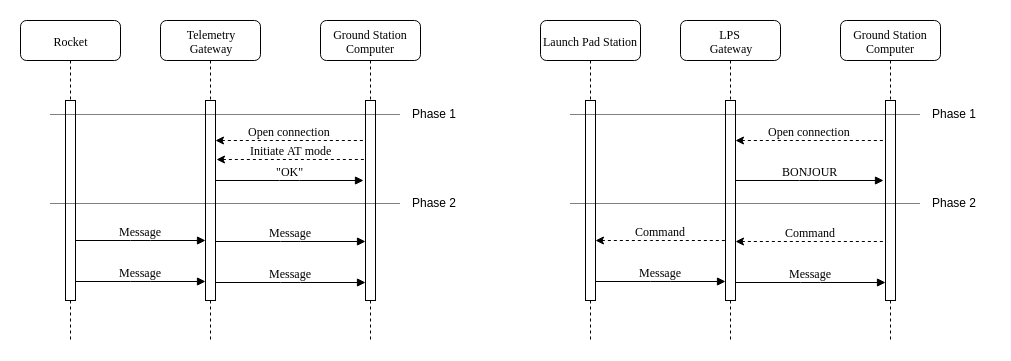
This is doc/diagrams/gateway.png from aesirkth/ground-control, a draw.io export, as it was before one commit. Source tidied: cells renumbered, new cells last; positions are measured from the earlier drawing's top-left corner, leaving out a move shared by most shapes. Its diagram source:
```xml
<mxGraphModel background="#ffffff">
  <root>
    <mxCell id="0" />
    <mxCell id="1" parent="0" />
    <mxCell id="2" value="Telemetry&lt;br&gt;Gateway" style="shape=umlLifeline;perimeter=lifelinePerimeter;whiteSpace=wrap;html=1;rounded=1;shadow=0;comic=0;labelBackgroundColor=none;strokeColor=#000000;strokeWidth=1;fillColor=#FFFFFF;fontFamily=Verdana;fontSize=12;fontColor=#000000;align=center;" parent="1" vertex="1">
      <mxGeometry x="140" width="100" height="320" as="geometry" />
    </mxCell>
    <mxCell id="3" style="html=1;perimeter=orthogonalPerimeter;rounded=0;shadow=0;comic=0;labelBackgroundColor=none;strokeColor=#000000;strokeWidth=1;fillColor=#FFFFFF;fontFamily=Verdana;fontSize=12;fontColor=#000000;align=center;" parent="2" vertex="1">
      <mxGeometry x="45" y="80" width="10" height="200" as="geometry" />
    </mxCell>
    <mxCell id="4" value="Ground Station&lt;br&gt;Computer" style="shape=umlLifeline;perimeter=lifelinePerimeter;whiteSpace=wrap;html=1;rounded=1;shadow=0;comic=0;labelBackgroundColor=none;strokeColor=#000000;strokeWidth=1;fillColor=#FFFFFF;fontFamily=Verdana;fontSize=12;fontColor=#000000;align=center;" parent="1" vertex="1">
      <mxGeometry x="300" width="100" height="320" as="geometry" />
    </mxCell>
    <mxCell id="5" style="html=1;perimeter=orthogonalPerimeter;rounded=0;shadow=0;comic=0;labelBackgroundColor=none;strokeColor=#000000;strokeWidth=1;fillColor=#FFFFFF;fontFamily=Verdana;fontSize=12;fontColor=#000000;align=center;" parent="4" vertex="1">
      <mxGeometry x="45" y="80" width="10" height="200" as="geometry" />
    </mxCell>
    <mxCell id="6" value="Rocket" style="shape=umlLifeline;perimeter=lifelinePerimeter;whiteSpace=wrap;html=1;rounded=1;shadow=0;comic=0;labelBackgroundColor=none;strokeColor=#000000;strokeWidth=1;fillColor=#FFFFFF;fontFamily=Verdana;fontSize=12;fontColor=#000000;align=center;" parent="1" vertex="1">
      <mxGeometry width="100" height="320" as="geometry" />
    </mxCell>
    <mxCell id="7" style="html=1;perimeter=orthogonalPerimeter;rounded=0;shadow=0;comic=0;labelBackgroundColor=none;strokeColor=#000000;strokeWidth=1;fillColor=#FFFFFF;fontFamily=Verdana;fontSize=12;fontColor=#000000;align=center;" parent="6" vertex="1">
      <mxGeometry x="45" y="80" width="10" height="200" as="geometry" />
    </mxCell>
    <mxCell id="8" value="Message" style="html=1;verticalAlign=bottom;endArrow=block;entryX=0;entryY=0;labelBackgroundColor=none;fontFamily=Verdana;fontSize=12;edgeStyle=elbowEdgeStyle;elbow=vertical;" parent="1" edge="1">
      <mxGeometry relative="1" as="geometry">
        <mxPoint x="55" y="220" as="sourcePoint" />
        <mxPoint x="185" y="220" as="targetPoint" />
      </mxGeometry>
    </mxCell>
    <mxCell id="9" value="&quot;OK&quot;" style="html=1;verticalAlign=bottom;endArrow=block;entryX=-0.2;entryY=0.16;labelBackgroundColor=none;fontFamily=Verdana;fontSize=12;edgeStyle=elbowEdgeStyle;elbow=vertical;entryDx=0;entryDy=0;entryPerimeter=0;" parent="1" edge="1">
      <mxGeometry relative="1" as="geometry">
        <mxPoint x="195" y="160" as="sourcePoint" />
        <mxPoint x="343" y="160" as="targetPoint" />
      </mxGeometry>
    </mxCell>
    <mxCell id="10" value="Open connection" style="html=1;verticalAlign=bottom;endArrow=none;entryX=-0.2;entryY=0.16;labelBackgroundColor=none;fontFamily=Verdana;fontSize=12;edgeStyle=elbowEdgeStyle;elbow=vertical;entryDx=0;entryDy=0;entryPerimeter=0;startArrow=classic;startFill=1;endFill=0;dashed=1;" parent="1" edge="1">
      <mxGeometry relative="1" as="geometry">
        <mxPoint x="195" y="120" as="sourcePoint" />
        <mxPoint x="343" y="120" as="targetPoint" />
      </mxGeometry>
    </mxCell>
    <mxCell id="11" value="Message" style="html=1;verticalAlign=bottom;endArrow=block;entryX=0;entryY=0.577;labelBackgroundColor=none;fontFamily=Verdana;fontSize=12;edgeStyle=elbowEdgeStyle;elbow=vertical;entryDx=0;entryDy=0;entryPerimeter=0;" parent="1" edge="1">
      <mxGeometry relative="1" as="geometry">
        <mxPoint x="195" y="221" as="sourcePoint" />
        <mxPoint x="345" y="221" as="targetPoint" />
      </mxGeometry>
    </mxCell>
    <mxCell id="12" value="Message" style="html=1;verticalAlign=bottom;endArrow=block;entryX=0;entryY=0;labelBackgroundColor=none;fontFamily=Verdana;fontSize=12;edgeStyle=elbowEdgeStyle;elbow=vertical;" parent="1" edge="1">
      <mxGeometry relative="1" as="geometry">
        <mxPoint x="55" y="261" as="sourcePoint" />
        <mxPoint x="185" y="261" as="targetPoint" />
      </mxGeometry>
    </mxCell>
    <mxCell id="13" value="Message" style="html=1;verticalAlign=bottom;endArrow=block;entryX=0;entryY=0.577;labelBackgroundColor=none;fontFamily=Verdana;fontSize=12;edgeStyle=elbowEdgeStyle;elbow=vertical;entryDx=0;entryDy=0;entryPerimeter=0;" parent="1" edge="1">
      <mxGeometry relative="1" as="geometry">
        <mxPoint x="195" y="262" as="sourcePoint" />
        <mxPoint x="345" y="262" as="targetPoint" />
      </mxGeometry>
    </mxCell>
    <mxCell id="14" style="line;strokeWidth=1;fillColor=none;align=left;verticalAlign=middle;spacingTop=-1;spacingLeft=3;spacingRight=3;labelPosition=right;dashed=1;dashPattern=1 1;" parent="1" vertex="1">
      <mxGeometry x="30" y="90" width="350" height="8" as="geometry" />
    </mxCell>
    <mxCell id="15" style="line;strokeWidth=1;fillColor=none;align=left;verticalAlign=middle;spacingTop=-1;spacingLeft=3;spacingRight=3;labelPosition=right;dashed=1;dashPattern=1 1;" parent="1" vertex="1">
      <mxGeometry x="30" y="179" width="350" height="8" as="geometry" />
    </mxCell>
    <mxCell id="16" value="Phase 1" style="text;html=1;align=left;verticalAlign=top;spacingTop=-4;" parent="1" vertex="1">
      <mxGeometry x="390" y="84" width="60" height="20" as="geometry" />
    </mxCell>
    <mxCell id="17" value="Phase 2" style="text;html=1;align=left;verticalAlign=top;spacingTop=-4;" parent="1" vertex="1">
      <mxGeometry x="390" y="173" width="60" height="20" as="geometry" />
    </mxCell>
    <mxCell id="18" value="&lt;div&gt;LPS &lt;br&gt;&lt;/div&gt;&lt;div&gt;Gateway&lt;/div&gt;" style="shape=umlLifeline;perimeter=lifelinePerimeter;whiteSpace=wrap;html=1;rounded=1;shadow=0;comic=0;labelBackgroundColor=none;strokeColor=#000000;strokeWidth=1;fillColor=#FFFFFF;fontFamily=Verdana;fontSize=12;fontColor=#000000;align=center;" parent="1" vertex="1">
      <mxGeometry x="660" width="100" height="320" as="geometry" />
    </mxCell>
    <mxCell id="19" style="html=1;perimeter=orthogonalPerimeter;rounded=0;shadow=0;comic=0;labelBackgroundColor=none;strokeColor=#000000;strokeWidth=1;fillColor=#FFFFFF;fontFamily=Verdana;fontSize=12;fontColor=#000000;align=center;" parent="18" vertex="1">
      <mxGeometry x="45" y="80" width="10" height="200" as="geometry" />
    </mxCell>
    <mxCell id="20" value="Ground Station&lt;br&gt;Computer" style="shape=umlLifeline;perimeter=lifelinePerimeter;whiteSpace=wrap;html=1;rounded=1;shadow=0;comic=0;labelBackgroundColor=none;strokeColor=#000000;strokeWidth=1;fillColor=#FFFFFF;fontFamily=Verdana;fontSize=12;fontColor=#000000;align=center;" parent="1" vertex="1">
      <mxGeometry x="820" width="100" height="320" as="geometry" />
    </mxCell>
    <mxCell id="21" style="html=1;perimeter=orthogonalPerimeter;rounded=0;shadow=0;comic=0;labelBackgroundColor=none;strokeColor=#000000;strokeWidth=1;fillColor=#FFFFFF;fontFamily=Verdana;fontSize=12;fontColor=#000000;align=center;" parent="20" vertex="1">
      <mxGeometry x="45" y="80" width="10" height="200" as="geometry" />
    </mxCell>
    <mxCell id="22" value="Launch Pad Station" style="shape=umlLifeline;perimeter=lifelinePerimeter;whiteSpace=wrap;html=1;rounded=1;shadow=0;comic=0;labelBackgroundColor=none;strokeColor=#000000;strokeWidth=1;fillColor=#FFFFFF;fontFamily=Verdana;fontSize=12;fontColor=#000000;align=center;" parent="1" vertex="1">
      <mxGeometry x="520" width="100" height="320" as="geometry" />
    </mxCell>
    <mxCell id="23" style="html=1;perimeter=orthogonalPerimeter;rounded=0;shadow=0;comic=0;labelBackgroundColor=none;strokeColor=#000000;strokeWidth=1;fillColor=#FFFFFF;fontFamily=Verdana;fontSize=12;fontColor=#000000;align=center;" parent="22" vertex="1">
      <mxGeometry x="45" y="80" width="10" height="200" as="geometry" />
    </mxCell>
    <mxCell id="24" value="Command" style="html=1;verticalAlign=bottom;endArrow=none;entryX=0;entryY=0;labelBackgroundColor=none;fontFamily=Verdana;fontSize=12;edgeStyle=elbowEdgeStyle;elbow=vertical;startArrow=classic;startFill=1;endFill=0;dashed=1;" parent="1" edge="1">
      <mxGeometry relative="1" as="geometry">
        <mxPoint x="575" y="220" as="sourcePoint" />
        <mxPoint x="705" y="220" as="targetPoint" />
      </mxGeometry>
    </mxCell>
    <mxCell id="25" value="BONJOUR" style="html=1;verticalAlign=bottom;endArrow=block;entryX=-0.2;entryY=0.16;labelBackgroundColor=none;fontFamily=Verdana;fontSize=12;edgeStyle=elbowEdgeStyle;elbow=vertical;entryDx=0;entryDy=0;entryPerimeter=0;" parent="1" edge="1">
      <mxGeometry relative="1" as="geometry">
        <mxPoint x="715" y="160" as="sourcePoint" />
        <mxPoint x="863" y="160" as="targetPoint" />
      </mxGeometry>
    </mxCell>
    <mxCell id="26" value="Open connection" style="html=1;verticalAlign=bottom;endArrow=none;entryX=-0.2;entryY=0.16;labelBackgroundColor=none;fontFamily=Verdana;fontSize=12;edgeStyle=elbowEdgeStyle;elbow=vertical;entryDx=0;entryDy=0;entryPerimeter=0;startArrow=classic;startFill=1;endFill=0;dashed=1;" parent="1" edge="1">
      <mxGeometry relative="1" as="geometry">
        <mxPoint x="715" y="120" as="sourcePoint" />
        <mxPoint x="863" y="120" as="targetPoint" />
      </mxGeometry>
    </mxCell>
    <mxCell id="27" value="Command" style="html=1;verticalAlign=bottom;endArrow=none;entryX=0;entryY=0.577;labelBackgroundColor=none;fontFamily=Verdana;fontSize=12;edgeStyle=elbowEdgeStyle;elbow=vertical;entryDx=0;entryDy=0;entryPerimeter=0;startArrow=classic;startFill=1;endFill=0;dashed=1;" parent="1" edge="1">
      <mxGeometry relative="1" as="geometry">
        <mxPoint x="715" y="221" as="sourcePoint" />
        <mxPoint x="865" y="221" as="targetPoint" />
      </mxGeometry>
    </mxCell>
    <mxCell id="28" value="Message" style="html=1;verticalAlign=bottom;endArrow=block;entryX=0;entryY=0;labelBackgroundColor=none;fontFamily=Verdana;fontSize=12;edgeStyle=elbowEdgeStyle;elbow=vertical;" parent="1" edge="1">
      <mxGeometry relative="1" as="geometry">
        <mxPoint x="575" y="261" as="sourcePoint" />
        <mxPoint x="705" y="261" as="targetPoint" />
      </mxGeometry>
    </mxCell>
    <mxCell id="29" value="Message" style="html=1;verticalAlign=bottom;endArrow=block;entryX=0;entryY=0.577;labelBackgroundColor=none;fontFamily=Verdana;fontSize=12;edgeStyle=elbowEdgeStyle;elbow=vertical;entryDx=0;entryDy=0;entryPerimeter=0;" parent="1" edge="1">
      <mxGeometry relative="1" as="geometry">
        <mxPoint x="715" y="262" as="sourcePoint" />
        <mxPoint x="865" y="262" as="targetPoint" />
      </mxGeometry>
    </mxCell>
    <mxCell id="30" style="line;strokeWidth=1;fillColor=none;align=left;verticalAlign=middle;spacingTop=-1;spacingLeft=3;spacingRight=3;labelPosition=right;dashed=1;dashPattern=1 1;" parent="1" vertex="1">
      <mxGeometry x="550" y="90" width="350" height="8" as="geometry" />
    </mxCell>
    <mxCell id="31" style="line;strokeWidth=1;fillColor=none;align=left;verticalAlign=middle;spacingTop=-1;spacingLeft=3;spacingRight=3;labelPosition=right;dashed=1;dashPattern=1 1;" parent="1" vertex="1">
      <mxGeometry x="550" y="179" width="350" height="8" as="geometry" />
    </mxCell>
    <mxCell id="32" value="Phase 1" style="text;html=1;align=left;verticalAlign=top;spacingTop=-4;" parent="1" vertex="1">
      <mxGeometry x="910" y="84" width="60" height="20" as="geometry" />
    </mxCell>
    <mxCell id="33" value="Phase 2" style="text;html=1;align=left;verticalAlign=top;spacingTop=-4;" parent="1" vertex="1">
      <mxGeometry x="910" y="173" width="60" height="20" as="geometry" />
    </mxCell>
    <mxCell id="34" value="Initiate AT mode" style="html=1;verticalAlign=bottom;endArrow=none;entryX=-0.2;entryY=0.16;labelBackgroundColor=none;fontFamily=Verdana;fontSize=12;edgeStyle=elbowEdgeStyle;elbow=vertical;entryDx=0;entryDy=0;entryPerimeter=0;startArrow=classic;startFill=1;endFill=0;dashed=1;" parent="1" edge="1">
      <mxGeometry relative="1" as="geometry">
        <mxPoint x="196" y="139" as="sourcePoint" />
        <mxPoint x="344" y="139" as="targetPoint" />
      </mxGeometry>
    </mxCell>
  </root>
</mxGraphModel>
```
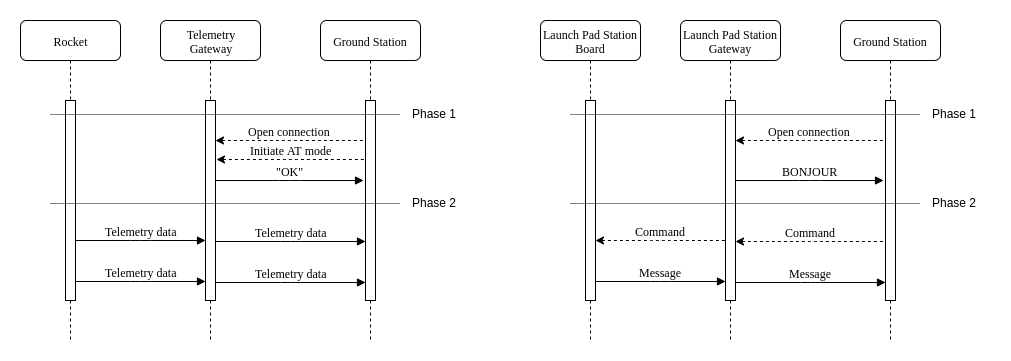
The same file after the commit.

The edit, as a diff of the source:
```diff
@@ -8,7 +8,7 @@
     <mxCell id="3" style="html=1;perimeter=orthogonalPerimeter;rounded=0;shadow=0;comic=0;labelBackgroundColor=none;strokeColor=#000000;strokeWidth=1;fillColor=#FFFFFF;fontFamily=Verdana;fontSize=12;fontColor=#000000;align=center;" parent="2" vertex="1">
       <mxGeometry x="45" y="80" width="10" height="200" as="geometry" />
     </mxCell>
-    <mxCell id="4" value="Ground Station&lt;br&gt;Computer" style="shape=umlLifeline;perimeter=lifelinePerimeter;whiteSpace=wrap;html=1;rounded=1;shadow=0;comic=0;labelBackgroundColor=none;strokeColor=#000000;strokeWidth=1;fillColor=#FFFFFF;fontFamily=Verdana;fontSize=12;fontColor=#000000;align=center;" parent="1" vertex="1">
+    <mxCell id="4" value="Ground Station" style="shape=umlLifeline;perimeter=lifelinePerimeter;whiteSpace=wrap;html=1;rounded=1;shadow=0;comic=0;labelBackgroundColor=none;strokeColor=#000000;strokeWidth=1;fillColor=#FFFFFF;fontFamily=Verdana;fontSize=12;fontColor=#000000;align=center;" parent="1" vertex="1">
       <mxGeometry x="300" width="100" height="320" as="geometry" />
     </mxCell>
     <mxCell id="5" style="html=1;perimeter=orthogonalPerimeter;rounded=0;shadow=0;comic=0;labelBackgroundColor=none;strokeColor=#000000;strokeWidth=1;fillColor=#FFFFFF;fontFamily=Verdana;fontSize=12;fontColor=#000000;align=center;" parent="4" vertex="1">
@@ -20,7 +20,7 @@
     <mxCell id="7" style="html=1;perimeter=orthogonalPerimeter;rounded=0;shadow=0;comic=0;labelBackgroundColor=none;strokeColor=#000000;strokeWidth=1;fillColor=#FFFFFF;fontFamily=Verdana;fontSize=12;fontColor=#000000;align=center;" parent="6" vertex="1">
       <mxGeometry x="45" y="80" width="10" height="200" as="geometry" />
     </mxCell>
-    <mxCell id="8" value="Message" style="html=1;verticalAlign=bottom;endArrow=block;entryX=0;entryY=0;labelBackgroundColor=none;fontFamily=Verdana;fontSize=12;edgeStyle=elbowEdgeStyle;elbow=vertical;" parent="1" edge="1">
+    <mxCell id="8" value="Telemetry data" style="html=1;verticalAlign=bottom;endArrow=block;entryX=0;entryY=0;labelBackgroundColor=none;fontFamily=Verdana;fontSize=12;edgeStyle=elbowEdgeStyle;elbow=vertical;" parent="1" edge="1">
       <mxGeometry relative="1" as="geometry">
         <mxPoint x="55" y="220" as="sourcePoint" />
         <mxPoint x="185" y="220" as="targetPoint" />
@@ -38,19 +38,19 @@
         <mxPoint x="343" y="120" as="targetPoint" />
       </mxGeometry>
     </mxCell>
-    <mxCell id="11" value="Message" style="html=1;verticalAlign=bottom;endArrow=block;entryX=0;entryY=0.577;labelBackgroundColor=none;fontFamily=Verdana;fontSize=12;edgeStyle=elbowEdgeStyle;elbow=vertical;entryDx=0;entryDy=0;entryPerimeter=0;" parent="1" edge="1">
+    <mxCell id="11" value="Telemetry data" style="html=1;verticalAlign=bottom;endArrow=block;entryX=0;entryY=0.577;labelBackgroundColor=none;fontFamily=Verdana;fontSize=12;edgeStyle=elbowEdgeStyle;elbow=vertical;entryDx=0;entryDy=0;entryPerimeter=0;" parent="1" edge="1">
       <mxGeometry relative="1" as="geometry">
         <mxPoint x="195" y="221" as="sourcePoint" />
         <mxPoint x="345" y="221" as="targetPoint" />
       </mxGeometry>
     </mxCell>
-    <mxCell id="12" value="Message" style="html=1;verticalAlign=bottom;endArrow=block;entryX=0;entryY=0;labelBackgroundColor=none;fontFamily=Verdana;fontSize=12;edgeStyle=elbowEdgeStyle;elbow=vertical;" parent="1" edge="1">
+    <mxCell id="12" value="Telemetry data" style="html=1;verticalAlign=bottom;endArrow=block;entryX=0;entryY=0;labelBackgroundColor=none;fontFamily=Verdana;fontSize=12;edgeStyle=elbowEdgeStyle;elbow=vertical;" parent="1" edge="1">
       <mxGeometry relative="1" as="geometry">
         <mxPoint x="55" y="261" as="sourcePoint" />
         <mxPoint x="185" y="261" as="targetPoint" />
       </mxGeometry>
     </mxCell>
-    <mxCell id="13" value="Message" style="html=1;verticalAlign=bottom;endArrow=block;entryX=0;entryY=0.577;labelBackgroundColor=none;fontFamily=Verdana;fontSize=12;edgeStyle=elbowEdgeStyle;elbow=vertical;entryDx=0;entryDy=0;entryPerimeter=0;" parent="1" edge="1">
+    <mxCell id="13" value="Telemetry data" style="html=1;verticalAlign=bottom;endArrow=block;entryX=0;entryY=0.577;labelBackgroundColor=none;fontFamily=Verdana;fontSize=12;edgeStyle=elbowEdgeStyle;elbow=vertical;entryDx=0;entryDy=0;entryPerimeter=0;" parent="1" edge="1">
       <mxGeometry relative="1" as="geometry">
         <mxPoint x="195" y="262" as="sourcePoint" />
         <mxPoint x="345" y="262" as="targetPoint" />
@@ -68,19 +68,19 @@
     <mxCell id="17" value="Phase 2" style="text;html=1;align=left;verticalAlign=top;spacingTop=-4;" parent="1" vertex="1">
       <mxGeometry x="390" y="173" width="60" height="20" as="geometry" />
     </mxCell>
-    <mxCell id="18" value="&lt;div&gt;LPS &lt;br&gt;&lt;/div&gt;&lt;div&gt;Gateway&lt;/div&gt;" style="shape=umlLifeline;perimeter=lifelinePerimeter;whiteSpace=wrap;html=1;rounded=1;shadow=0;comic=0;labelBackgroundColor=none;strokeColor=#000000;strokeWidth=1;fillColor=#FFFFFF;fontFamily=Verdana;fontSize=12;fontColor=#000000;align=center;" parent="1" vertex="1">
+    <mxCell id="18" value="&lt;div&gt;Launch Pad Station&lt;/div&gt;&lt;div&gt;Gateway&lt;/div&gt;" style="shape=umlLifeline;perimeter=lifelinePerimeter;whiteSpace=wrap;html=1;rounded=1;shadow=0;comic=0;labelBackgroundColor=none;strokeColor=#000000;strokeWidth=1;fillColor=#FFFFFF;fontFamily=Verdana;fontSize=12;fontColor=#000000;align=center;" parent="1" vertex="1">
       <mxGeometry x="660" width="100" height="320" as="geometry" />
     </mxCell>
     <mxCell id="19" style="html=1;perimeter=orthogonalPerimeter;rounded=0;shadow=0;comic=0;labelBackgroundColor=none;strokeColor=#000000;strokeWidth=1;fillColor=#FFFFFF;fontFamily=Verdana;fontSize=12;fontColor=#000000;align=center;" parent="18" vertex="1">
       <mxGeometry x="45" y="80" width="10" height="200" as="geometry" />
     </mxCell>
-    <mxCell id="20" value="Ground Station&lt;br&gt;Computer" style="shape=umlLifeline;perimeter=lifelinePerimeter;whiteSpace=wrap;html=1;rounded=1;shadow=0;comic=0;labelBackgroundColor=none;strokeColor=#000000;strokeWidth=1;fillColor=#FFFFFF;fontFamily=Verdana;fontSize=12;fontColor=#000000;align=center;" parent="1" vertex="1">
+    <mxCell id="20" value="Ground Station" style="shape=umlLifeline;perimeter=lifelinePerimeter;whiteSpace=wrap;html=1;rounded=1;shadow=0;comic=0;labelBackgroundColor=none;strokeColor=#000000;strokeWidth=1;fillColor=#FFFFFF;fontFamily=Verdana;fontSize=12;fontColor=#000000;align=center;" parent="1" vertex="1">
       <mxGeometry x="820" width="100" height="320" as="geometry" />
     </mxCell>
     <mxCell id="21" style="html=1;perimeter=orthogonalPerimeter;rounded=0;shadow=0;comic=0;labelBackgroundColor=none;strokeColor=#000000;strokeWidth=1;fillColor=#FFFFFF;fontFamily=Verdana;fontSize=12;fontColor=#000000;align=center;" parent="20" vertex="1">
       <mxGeometry x="45" y="80" width="10" height="200" as="geometry" />
     </mxCell>
-    <mxCell id="22" value="Launch Pad Station" style="shape=umlLifeline;perimeter=lifelinePerimeter;whiteSpace=wrap;html=1;rounded=1;shadow=0;comic=0;labelBackgroundColor=none;strokeColor=#000000;strokeWidth=1;fillColor=#FFFFFF;fontFamily=Verdana;fontSize=12;fontColor=#000000;align=center;" parent="1" vertex="1">
+    <mxCell id="22" value="Launch Pad Station&lt;br&gt;Board" style="shape=umlLifeline;perimeter=lifelinePerimeter;whiteSpace=wrap;html=1;rounded=1;shadow=0;comic=0;labelBackgroundColor=none;strokeColor=#000000;strokeWidth=1;fillColor=#FFFFFF;fontFamily=Verdana;fontSize=12;fontColor=#000000;align=center;" parent="1" vertex="1">
       <mxGeometry x="520" width="100" height="320" as="geometry" />
     </mxCell>
     <mxCell id="23" style="html=1;perimeter=orthogonalPerimeter;rounded=0;shadow=0;comic=0;labelBackgroundColor=none;strokeColor=#000000;strokeWidth=1;fillColor=#FFFFFF;fontFamily=Verdana;fontSize=12;fontColor=#000000;align=center;" parent="22" vertex="1">
```
